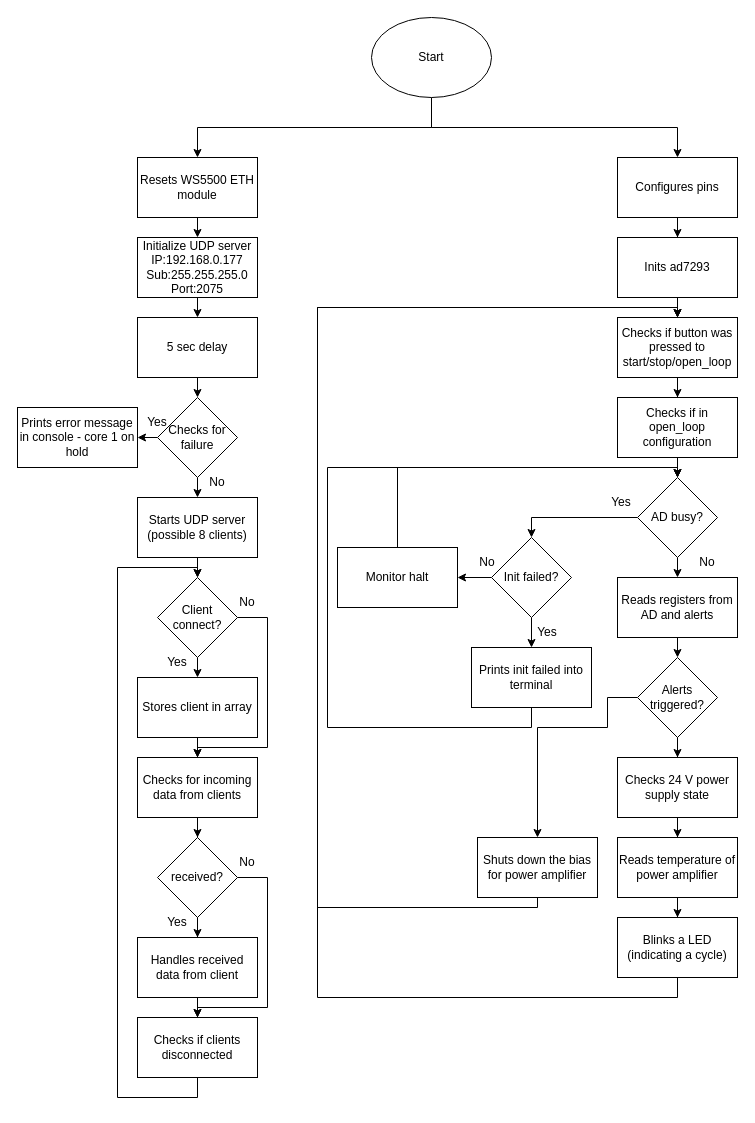
ElectroIGO/bak_rl keeps this draw.io diagram as software/blockdiagram/program.drawio. Above is the earlier version. Source tidied: cells renumbered, new cells numbered last; positions are measured from the earlier drawing's top-left corner, leaving out a move shared by most shapes. Both pictures are drawn from the tidied source at 100%, with x=0, y=0 at pixel (17, 17).
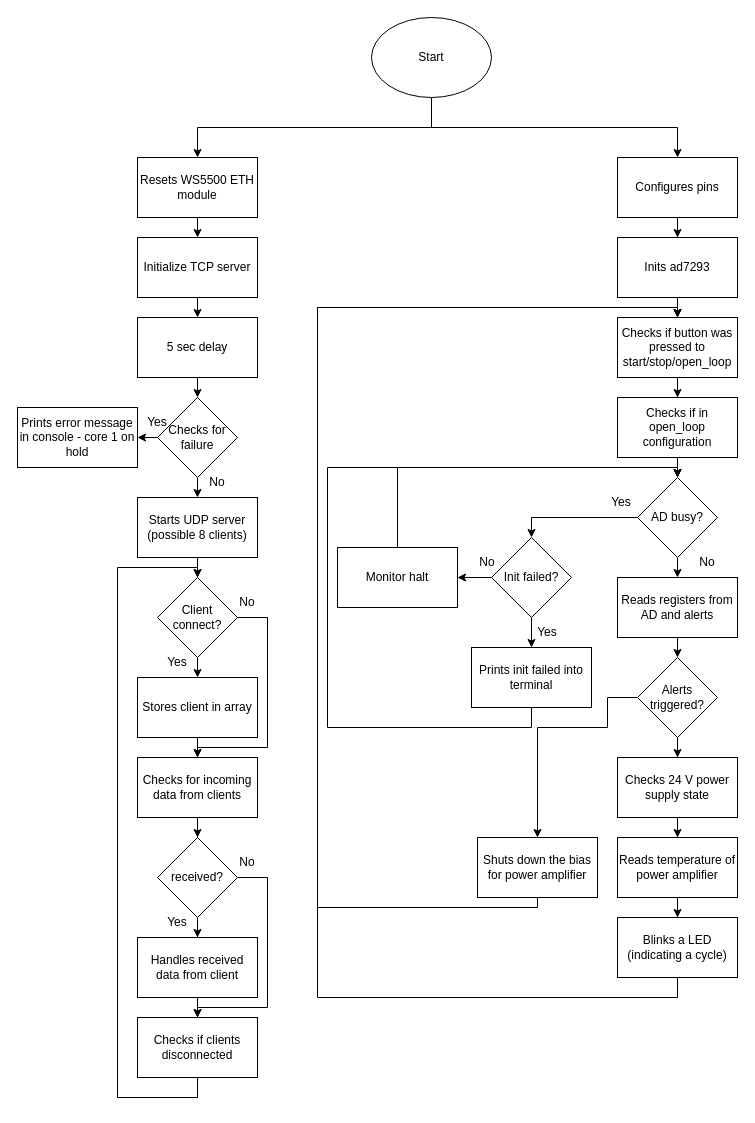
Above is the later version.

Diff of the diagram source:
```diff
@@
-    <mxCell id="6" value="Initialize UDP server&lt;div&gt;IP:192.168.0.177&lt;br&gt;Sub:255.255.255.0&lt;/div&gt;&lt;div&gt;Port:2075&lt;/div&gt;" style="rounded=0;whiteSpace=wrap;html=1;" parent="1" vertex="1">
+    <mxCell id="6" value="Initialize TCP server" style="rounded=0;whiteSpace=wrap;html=1;" parent="1" vertex="1">
       <mxGeometry x="120" y="220" width="120" height="60" as="geometry" />
     </mxCell>
```
